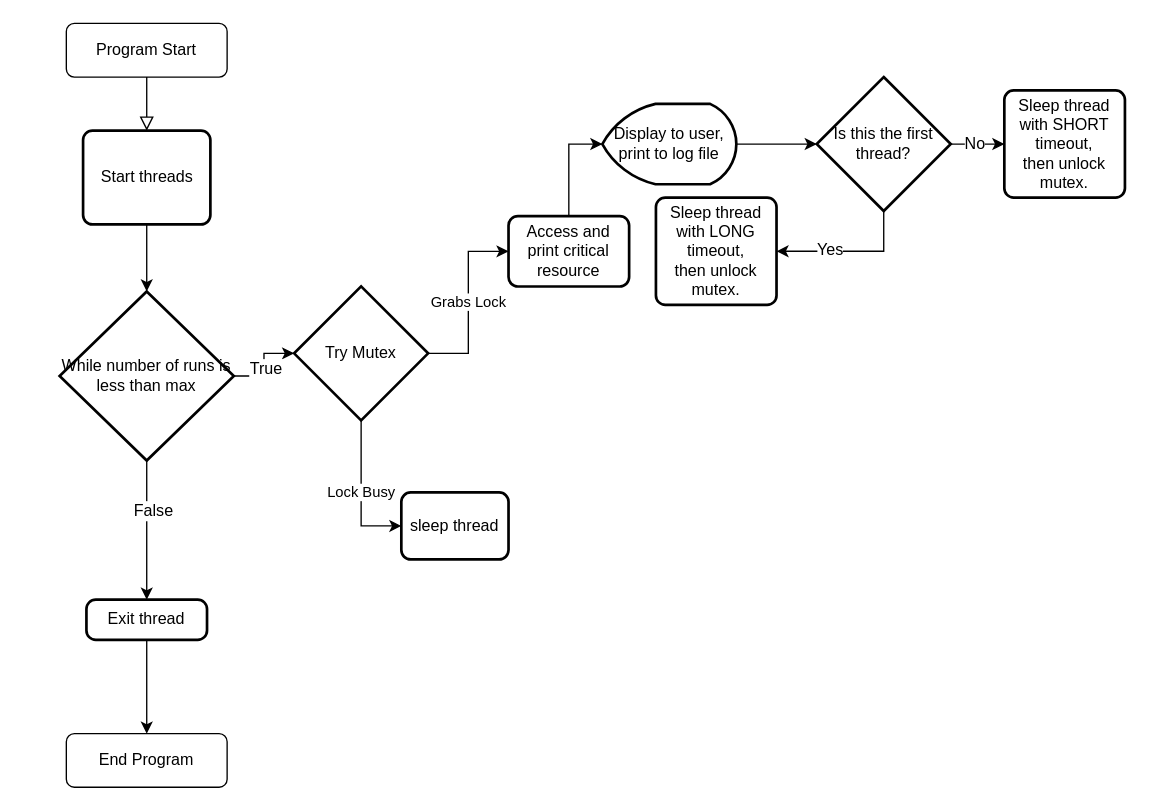
Earlier version of the draw.io diagram Wk3/DeadlockAvoidance/DeadlockAvoidance.drawio (DanielCender/CST-221). Source tidied: cells renumbered, new cells numbered last; positions are measured from the earlier drawing's top-left corner, leaving out a move shared by most shapes. Both pictures are drawn from the tidied source at 134%, with x=0, y=0 at pixel (59, 23).
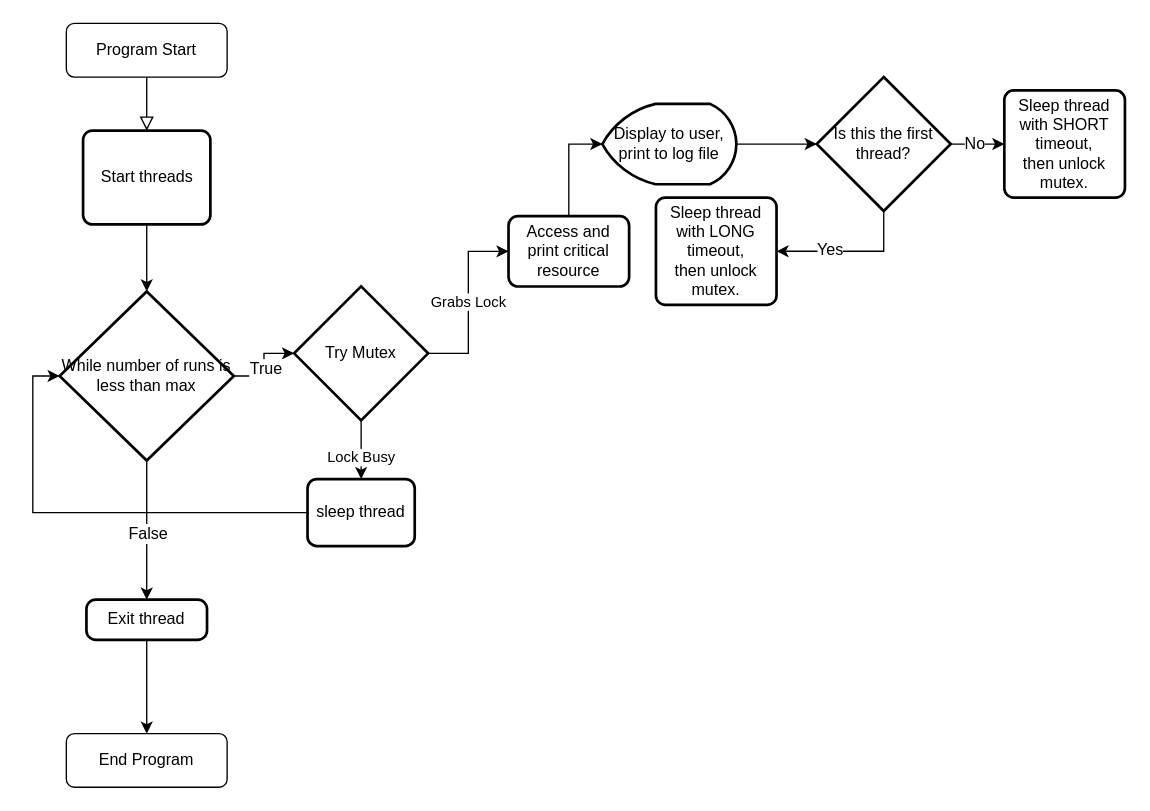
The same page after the edit.

The change refers to these unchanged cells:
```xml
<mxCell id="9" value="Try Mutex" style="strokeWidth=2;html=1;shape=mxgraph.flowchart.decision;whiteSpace=wrap;" parent="1" vertex="1">
  <mxGeometry x="175" y="196.2" width="100" height="100" as="geometry" />
</mxCell>
<mxCell id="22" style="edgeStyle=orthogonalEdgeStyle;rounded=0;jettySize=auto;html=1;entryX=0.5;entryY=0;entryDx=0;entryDy=0;" parent="1" edge="1" source="26" target="28">
  <mxGeometry relative="1" as="geometry" />
</mxCell>
<mxCell id="26" value="While number of runs is less than max" style="strokeWidth=2;html=1;shape=mxgraph.flowchart.decision;whiteSpace=wrap;" parent="1" vertex="1">
  <mxGeometry y="200" width="130" height="126.2" as="geometry" />
</mxCell>
```

The edit, as a diff of the source:
```diff
@@
-    <mxCell id="8" value="Lock Busy" style="edgeStyle=orthogonalEdgeStyle;rounded=0;jettySize=auto;html=1;entryX=0;entryY=0.5;entryDx=0;entryDy=0;" parent="1" edge="1" source="9" target="15">
-      <mxGeometry relative="1" as="geometry" />
+    <mxCell id="8" value="Lock Busy" style="edgeStyle=orthogonalEdgeStyle;rounded=0;jettySize=auto;html=1;entryX=0.5;entryY=0;entryDx=0;entryDy=0;" parent="1" edge="1" source="9" target="15">
+      <mxGeometry x="0.26" relative="1" as="geometry" />
     </mxCell>
@@
+    <mxCell id="29" style="edgeStyle=orthogonalEdgeStyle;rounded=0;jettySize=auto;html=1;entryX=0;entryY=0.5;entryDx=0;entryDy=0;entryPerimeter=0;" parent="1" edge="1" source="15" target="26">
+      <mxGeometry relative="1" as="geometry" />
+    </mxCell>
     <mxCell id="15" value="sleep thread" style="rounded=1;whiteSpace=wrap;html=1;absoluteArcSize=1;arcSize=14;strokeWidth=2;" parent="1" vertex="1">
-      <mxGeometry x="255" y="350" width="80" height="50" as="geometry" />
+      <mxGeometry x="185" y="340" width="80" height="50" as="geometry" />
     </mxCell>
@@
     <mxCell id="23" value="False" style="text;html=1;align=center;verticalAlign=middle;labelBackgroundColor=#ffffff;" parent="22" vertex="1">
-      <mxGeometry x="-0.29" y="4" relative="1" as="geometry" />
+      <mxGeometry x="-0.29" y="4" relative="1" as="geometry">
+        <mxPoint x="-4" y="16.8" as="offset" />
+      </mxGeometry>
     </mxCell>
```
